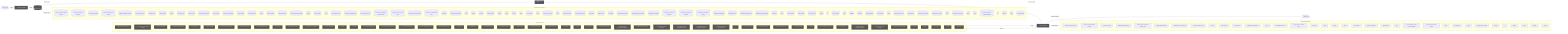
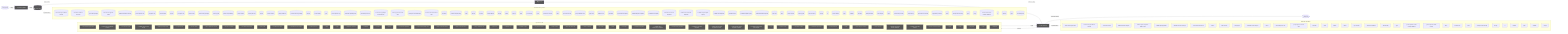
flowchart LR
  UserQ(["👤 User Query"])
  Embed["📐 Embedding Model"]
  VecDB[("📚 Vector Store")]
  Retriever["🔍 Retriever"]
  LLMNode["🧠 LLM / Generator"]
  Output(["✅ Response"])
  UserQ -->|query| Embed
  Embed -->|vector| VecDB
  VecDB -->|top-k chunks| Retriever
  Retriever -->|context + query| LLMNode
  LLMNode -->|generated answer| Output
  subgraph DetectedMemory["Detected memory stores"]
    det_detectedmemory_check_steering_feedback_contract_80134459[("check-steering-feedback-contract")]
    det_detectedmemory_normalize_workflow_contracts_8701f1c8[("normalize-workflow-contracts")]
    det_detectedmemory_sync_codex_preflight_7e7a8dc2[("sync-codex-preflight")]
    det_detectedmemory_test_harness_upgrade_matrix_84113c4e[("test-harness-upgrade-matrix")]
    det_detectedmemory_validate_workflow_contracts_33dc063c[("validate-workflow-contracts")]
    det_detectedmemory_branch_protect_core_a8feb0fd[("branch-protect-core")]
    det_detectedmemory_ci_migrate_core_7005b5af[("ci-migrate-core")]
    det_detectedmemory_context_health_80bb7da9[("context-health")]
    det_detectedmemory_context_ea7792a2[("context")]
    det_detectedmemory_docs_gate_core_eb9b6c18[("docs-gate-core")]
    det_detectedmemory_index_context_de3ed39d[("index-context")]
    det_detectedmemory_local_memory_preflight_dcc36c42[("local-memory-preflight")]
    det_detectedmemory_memory_gate_a577a506[("memory-gate")]
    det_detectedmemory_pattern_scope_siblings_43abe000[("pattern-scope-siblings")]
    det_detectedmemory_review_context_ca6cf81d[("review-context")]
    det_detectedmemory_review_gate_core_4c8001f9[("review-gate-core")]
    det_detectedmemory_search_24193290[("search")]
    det_detectedmemory_session_context_e5ec72c0[("session-context")]
    det_detectedmemory_tooling_audit_core_328d6a41[("tooling-audit-core")]
    det_detectedmemory_run_local_memory_preflight_36e92808[("run-local-memory-preflight")]
    det_detectedmemory_checker_d2d2328e[("checker")]
    det_detectedmemory_context_health_1_ceb11829[("context-health")]
-     det_detectedmemory_types_1_4ecdf56e[("types")]
+     det_detectedmemory_types_2_d9bc6e7a[("types")]
    det_detectedmemory_branch_protect_sync_570adb18[("branch-protect-sync")]
    det_detectedmemory_command_capability_rules_ca3f496a[("command-capability-rules")]
    det_detectedmemory_command_specs_core_1c0ffc99[("command-specs-core")]
    det_detectedmemory_local_memory_preflight_command_spec_9e23f3ce[("local-memory-preflight-command-spec")]
    det_detectedmemory_memory_gate_command_spec_dc9001a9[("memory-gate-command-spec")]
    det_detectedmemory_review_gate_command_spec_3187376a[("review-gate-command-spec")]
    det_detectedmemory_session_context_command_spec_973afbb1[("session-context-command-spec")]
    det_detectedmemory_constants_7517017f[("constants")]
    det_detectedmemory_context_compact_policy_3dcaf95d[("context-compact-policy")]
-     det_detectedmemory_index_1bc04b52[("index")]
+     det_detectedmemory_index_1_faebc14e[("index")]
    det_detectedmemory_indexer_70fa78e5[("indexer")]
    det_detectedmemory_init_error_5c7dd49f[("init-error")]
    det_detectedmemory_lexical_fallback_723e2b3e[("lexical-fallback")]
    det_detectedmemory_ollama_76e3c7bf[("ollama")]
    det_detectedmemory_rollout_a4fa034c[("rollout")]
    det_detectedmemory_sources_878a52fc[("sources")]
    det_detectedmemory_store_824d80d7[("store")]
    det_detectedmemory_sync_contract_c79fa191[("sync-contract")]
-     det_detectedmemory_types_5_f869ec4b[("types")]
+     det_detectedmemory_types_6_1818fb91[("types")]
    det_detectedmemory_harness_run_context_ac7c77a9[("harness-run-context")]
-     det_detectedmemory_index_1_faebc14e[("index")]
+     det_detectedmemory_index_2_10143590[("index")]
    det_detectedmemory_json_schema_core_96d7e328[("json-schema-core")]
    det_detectedmemory_policy_validators_core_714a3fe7[("policy-validators-core")]
    det_detectedmemory_types_core_e405ddca[("types-core")]
    det_detectedmemory_validator_core_4358f8ba[("validator-core")]
    det_detectedmemory_init_modes_c05ceb07[("init-modes")]
    det_detectedmemory_project_brain_templates_7ef51530[("project-brain-templates")]
    det_detectedmemory_scaffold_diagram_templates_dd88e83c[("scaffold-diagram-templates")]
    det_detectedmemory_scaffold_doc_templates_f6152330[("scaffold-doc-templates")]
    det_detectedmemory_scaffold_environment_templates_c1ceba6a[("scaffold-environment-templates")]
    det_detectedmemory_scaffold_root_command_templates_404fed7f[("scaffold-root-command-templates")]
    det_detectedmemory_scaffold_script_template_registry_69312d4e[("scaffold-script-template-registry")]
    det_detectedmemory_scaffold_shell_templates_0ad0f915[("scaffold-shell-templates")]
    det_detectedmemory_scaffold_surfaces_12d6494e[("scaffold-surfaces")]
    det_detectedmemory_scaffold_template_registry_b1cce2aa[("scaffold-template-registry")]
    det_detectedmemory_scaffold_workflow_template_92310587[("scaffold-workflow-template")]
    det_detectedmemory_eval_seed_5699fd3e[("eval-seed")]
-     det_detectedmemory_index_6_fc9e91e2[("index")]
+     det_detectedmemory_index_7_b61a3f30[("index")]
    det_detectedmemory_review_context_1_e3afed15[("review-context")]
    det_detectedmemory_memory_gate_1_265164ac[("memory-gate")]
    det_detectedmemory_branch_enforcer_acb749cd[("branch-enforcer")]
    det_detectedmemory_cli_args_5_09ea29f0[("cli-args")]
    det_detectedmemory_cli_6_eac72be2[("cli")]
    det_detectedmemory_metrics_tracker_98cec29c[("metrics-tracker")]
-     det_detectedmemory_types_15_86775c96[("types")]
+     det_detectedmemory_types_16_0fae1112[("types")]
    det_detectedmemory_validator_4_5180cf23[("validator")]
    det_detectedmemory_classifier_fe1991a9[("classifier")]
    det_detectedmemory_tooling_baseline_50ab2eeb[("tooling-baseline")]
    det_detectedmemory_claim_helpers_20dc8387[("claim-helpers")]
-     det_detectedmemory_types_20_071a0112[("types")]
+     det_detectedmemory_types_21_5756f9dc[("types")]
    det_detectedmemory_local_memory_smoke_1175abfc[("local-memory-smoke")]
    det_detectedmemory_local_memory_0db17ecc[("local-memory")]
    det_detectedmemory_performance_overload_c685bfcf[("performance-overload")]
    det_detectedmemory_suggestion_generator_0956f794[("suggestion-generator")]
-     det_detectedmemory_index_8_6f0f20ec[("index")]
+     det_detectedmemory_index_9_32dd4d91[("index")]
    det_detectedmemory_prompt_context_receipt_17b862b2[("prompt-context-receipt")]
-     det_detectedmemory_types_27_4d134744[("types")]
+     det_detectedmemory_types_28_4476fcc6[("types")]
    det_detectedmemory_policy_1_fc4198db[("policy")]
    det_detectedmemory_runtime_card_codex_runtime_validation_d8ce9934[("runtime-card-codex-runtime-validation")]
    det_detectedmemory_cli_11_338a8415[("cli")]
    det_detectedmemory_collector_0736fd5b[("collector")]
-     det_detectedmemory_types_30_424b976c[("types")]
+     det_detectedmemory_types_31_eb363e20[("types")]
    det_detectedmemory_overload_guard_2748c559[("overload-guard")]
  end
  VecDB -. "implemented by" .-> DetectedMemory
  subgraph DetectedLLM["Detected LLM clients"]
    det_detectedllm_check_codex_agent_roles_5bb2e89b["check-codex-agent-roles"]
    det_detectedllm_check_steering_feedback_contract_80134459["check-steering-feedback-contract"]
    det_detectedllm_run_harness_evals_77704768["run-harness-evals"]
    det_detectedllm_validate_decision_request_2e5c325e["validate-decision-request"]
    det_detectedllm_validate_goal_completion_audit_receipt_100d252c["validate-goal-completion-audit-receipt"]
    det_detectedllm_validate_packaged_skill_5e32c890["validate-packaged-skill"]
    det_detectedllm_validate_reviewer_coverage_251efee3["validate-reviewer-coverage"]
    det_detectedllm_check_environment_core_2c16213f["check-environment-core"]
    det_detectedllm_context_ea7792a2["context"]
    det_detectedllm_index_context_de3ed39d["index-context"]
    det_detectedllm_prompt_gate_c5e9d207["prompt-gate"]
    det_detectedllm_remediate_runner_helpers_929fedcc["remediate-runner-helpers"]
    det_detectedllm_search_24193290["search"]
    det_detectedllm_command_specs_core_1c0ffc99["command-specs-core"]
    det_detectedllm_prompt_gate_command_spec_9a941482["prompt-gate-command-spec"]
    det_detectedllm_constants_7517017f["constants"]
-     det_detectedllm_index_1bc04b52["index"]
+     det_detectedllm_index_1_faebc14e["index"]
    det_detectedllm_indexer_70fa78e5["indexer"]
    det_detectedllm_ollama_76e3c7bf["ollama"]
    det_detectedllm_sync_contract_c79fa191["sync-contract"]
    det_detectedllm_north_star_validators_cfc926ce["north-star-validators"]
    det_detectedllm_hilt_boundary_9b36fb15["hilt-boundary"]
-     det_detectedllm_types_7_2f1ed65e["types"]
+     det_detectedllm_types_8_f6283648["types"]
    det_detectedllm_goal_completion_audit_receipt_validation_9d0f4891["goal-completion-audit-receipt-validation"]
    det_detectedllm_goal_completion_audit_receipt_5e4939c3["goal-completion-audit-receipt"]
-     det_detectedllm_index_2_10143590["index"]
+     det_detectedllm_index_3_7e40d474["index"]
    det_detectedllm_sensitive_text_7c11f760["sensitive-text"]
-     det_detectedllm_index_8_6f0f20ec["index"]
+     det_detectedllm_index_9_32dd4d91["index"]
    det_detectedllm_prompt_context_receipt_17b862b2["prompt-context-receipt"]
    det_detectedllm_cli_args_9_9c136878["cli-args"]
    det_detectedllm_cli_10_35dc8cbd["cli"]
    det_detectedllm_sections_4697ef32["sections"]
-     det_detectedllm_types_23_4352ee2e["types"]
+     det_detectedllm_types_24_c63dc1a7["types"]
    det_detectedllm_validator_6_3688adbf["validator"]
    det_detectedllm_cli_args_10_861cdd3f["cli-args"]
  end
  LLMNode -. "implemented by" .-> DetectedLLM
  subgraph DetectedTools["Agentic tool calls"]
    det_detectedtools_check_codex_agent_roles_5bb2e89b["🔧 check-codex-agent-roles"]
    det_detectedtools_check_steering_feedback_contract_80134459["🔧 check-steering-feedback-contract"]
    det_detectedtools_run_harness_evals_77704768["🔧 run-harness-evals"]
+     det_detectedtools_validate_action_review_receipt_fa2f06c3["🔧 validate-action-review-receipt"]
    det_detectedtools_validate_packaged_skill_5e32c890["🔧 validate-packaged-skill"]
    det_detectedtools_ci_migrate_core_7005b5af["🔧 ci-migrate-core"]
    det_detectedtools_doctor_checks_5a2eb2b9["🔧 doctor-checks"]
    det_detectedtools_doctor_github_tool_checks_a53b0382["🔧 doctor-github-tool-checks"]
    det_detectedtools_doctor_tool_checks_4acac51a["🔧 doctor-tool-checks"]
    det_detectedtools_next_blocked_decisions_4140ad2b["🔧 next-blocked-decisions"]
    det_detectedtools_policy_gate_213f7313["🔧 policy-gate"]
    det_detectedtools_remediate_cli_output_cc165396["🔧 remediate-cli-output"]
    det_detectedtools_remediate_runner_helpers_929fedcc["🔧 remediate-runner-helpers"]
    det_detectedtools_review_gate_core_4c8001f9["🔧 review-gate-core"]
+     det_detectedtools_index_1bc04b52["🔧 index"]
+     det_detectedtools_types_1_4ecdf56e["🔧 types"]
+     det_detectedtools_validation_constants_e002a0f6["🔧 validation-constants"]
+     det_detectedtools_validation_98c41dcd["🔧 validation"]
    det_detectedtools_checker_d2d2328e["🔧 checker"]
    det_detectedtools_cli_args_1_6144b055["🔧 cli-args"]
    det_detectedtools_command_capabilities_a4d5c71e["🔧 command-capabilities"]
    det_detectedtools_command_capability_rules_ca3f496a["🔧 command-capability-rules"]
    det_detectedtools_linear_command_actions_e430f4f4["🔧 linear-command-actions"]
    det_detectedtools_linear_command_runner_4a740dfc["🔧 linear-command-runner"]
    det_detectedtools_policy_validators_core_714a3fe7["🔧 policy-validators-core"]
    det_detectedtools_types_core_e405ddca["🔧 types-core"]
    det_detectedtools_validator_core_4358f8ba["🔧 validator-core"]
    det_detectedtools_validator_helpers_7b927667["🔧 validator-helpers"]
    det_detectedtools_he_phase_exit_core_1148895b["🔧 he-phase-exit-core"]
    det_detectedtools_ralph_runtime_73d63c0e["🔧 ralph-runtime"]
    det_detectedtools_observed_skill_usage_ed7d5930["🔧 observed-skill-usage"]
    det_detectedtools_closure_evidence_aaa31467["🔧 closure-evidence"]
    det_detectedtools_pr_creator_dc6b1ea4["🔧 pr-creator"]
    det_detectedtools_client_948fe603["🔧 client"]
    det_detectedtools_init_output_360dce91["🔧 init-output"]
    det_detectedtools_scaffold_ci_templates_2afd6392["🔧 scaffold-ci-templates"]
    det_detectedtools_scaffold_codex_environment_templates_334fbbed["🔧 scaffold-codex-environment-templates"]
    det_detectedtools_scaffold_config_templates_4b80ce53["🔧 scaffold-config-templates"]
    det_detectedtools_scaffold_environment_templates_c1ceba6a["🔧 scaffold-environment-templates"]
    det_detectedtools_scaffold_github_actions_pr_pipeline_renderer_1ee18de5["🔧 scaffold-github-actions-pr-pipeline-renderer"]
    det_detectedtools_scaffold_github_actions_pr_pipeline_template_e2b85f62["🔧 scaffold-github-actions-pr-pipeline-template"]
    det_detectedtools_scaffold_release_private_npm_template_075499f8["🔧 scaffold-release-private-npm-template"]
    det_detectedtools_cli_6_eac72be2["🔧 cli"]
    det_detectedtools_metrics_tracker_98cec29c["🔧 metrics-tracker"]
    det_detectedtools_normalise_renderer_85f2e563["🔧 normalise-renderer"]
    det_detectedtools_evaluation_engine_core_e054fe49["🔧 evaluation-engine-core"]
    det_detectedtools_tooling_baseline_50ab2eeb["🔧 tooling-baseline"]
-     det_detectedtools_index_9_32dd4d91["🔧 index"]
+     det_detectedtools_index_10_f6785a46["🔧 index"]
    det_detectedtools_review_lifecycle_contract_e5447221["🔧 review-lifecycle-contract"]
    det_detectedtools_review_lifecycle_89afa64c["🔧 review-lifecycle"]
    det_detectedtools_runtime_card_codex_runtime_validation_d8ce9934["🔧 runtime-card-codex-runtime-validation"]
    det_detectedtools_runtime_card_codex_runtime_0655e230["🔧 runtime-card-codex-runtime"]
    det_detectedtools_runtime_evidence_bundle_d471a232["🔧 runtime-evidence-bundle"]
-     det_detectedtools_types_32_bfe791ff["🔧 types"]
-     det_detectedtools_index_12_762ec91b["🔧 index"]
+     det_detectedtools_types_33_16e22a82["🔧 types"]
+     det_detectedtools_index_13_97df39c8["🔧 index"]
    det_detectedtools_projection_1b250ea1["🔧 projection"]
-     det_detectedtools_types_34_85e6a0bb["🔧 types"]
-     det_detectedtools_validation_4_62980ebd["🔧 validation"]
+     det_detectedtools_types_35_93e66c64["🔧 types"]
+     det_detectedtools_validation_5_42b61683["🔧 validation"]
  end
  LLMNode -->|tool use| DetectedTools
  DetectedTools -->|result| LLMNode
  classDef memNode fill:#555,color:#fff
  class VecDB,Retriever memNode
  classDef llmNode fill:#555,color:#fff
  class LLMNode,Embed llmNode
  classDef toolNode fill:#555,color:#fff
-   class det_detectedtools_check_codex_agent_roles_5bb2e89b,det_detectedtools_check_steering_feedback_contract_80134459,det_detectedtools_run_harness_evals_77704768,det_detectedtools_validate_packaged_skill_5e32c890,det_detectedtools_ci_migrate_core_7005b5af,det_detectedtools_doctor_checks_5a2eb2b9,det_detectedtools_doctor_github_tool_checks_a53b0382,det_detectedtools_doctor_tool_checks_4acac51a,det_detectedtools_next_blocked_decisions_4140ad2b,det_detectedtools_policy_gate_213f7313,det_detectedtools_remediate_cli_output_cc165396,det_detectedtools_remediate_runner_helpers_929fedcc,det_detectedtools_review_gate_core_4c8001f9,det_detectedtools_checker_d2d2328e,det_detectedtools_cli_args_1_6144b055,det_detectedtools_command_capabilities_a4d5c71e,det_detectedtools_command_capability_rules_ca3f496a,det_detectedtools_linear_command_actions_e430f4f4,det_detectedtools_linear_command_runner_4a740dfc,det_detectedtools_policy_validators_core_714a3fe7,det_detectedtools_types_core_e405ddca,det_detectedtools_validator_core_4358f8ba,det_detectedtools_validator_helpers_7b927667,det_detectedtools_he_phase_exit_core_1148895b,det_detectedtools_ralph_runtime_73d63c0e,det_detectedtools_observed_skill_usage_ed7d5930,det_detectedtools_closure_evidence_aaa31467,det_detectedtools_pr_creator_dc6b1ea4,det_detectedtools_client_948fe603,det_detectedtools_init_output_360dce91,det_detectedtools_scaffold_ci_templates_2afd6392,det_detectedtools_scaffold_codex_environment_templates_334fbbed,det_detectedtools_scaffold_config_templates_4b80ce53,det_detectedtools_scaffold_environment_templates_c1ceba6a,det_detectedtools_scaffold_github_actions_pr_pipeline_renderer_1ee18de5,det_detectedtools_scaffold_github_actions_pr_pipeline_template_e2b85f62,det_detectedtools_scaffold_release_private_npm_template_075499f8,det_detectedtools_cli_6_eac72be2,det_detectedtools_metrics_tracker_98cec29c,det_detectedtools_normalise_renderer_85f2e563,det_detectedtools_evaluation_engine_core_e054fe49,det_detectedtools_tooling_baseline_50ab2eeb,det_detectedtools_index_9_32dd4d91,det_detectedtools_review_lifecycle_contract_e5447221,det_detectedtools_review_lifecycle_89afa64c,det_detectedtools_runtime_card_codex_runtime_validation_d8ce9934,det_detectedtools_runtime_card_codex_runtime_0655e230,det_detectedtools_runtime_evidence_bundle_d471a232,det_detectedtools_types_32_bfe791ff,det_detectedtools_index_12_762ec91b,det_detectedtools_projection_1b250ea1,det_detectedtools_types_34_85e6a0bb,det_detectedtools_validation_4_62980ebd toolNode
+   class det_detectedtools_check_codex_agent_roles_5bb2e89b,det_detectedtools_check_steering_feedback_contract_80134459,det_detectedtools_run_harness_evals_77704768,det_detectedtools_validate_action_review_receipt_fa2f06c3,det_detectedtools_validate_packaged_skill_5e32c890,det_detectedtools_ci_migrate_core_7005b5af,det_detectedtools_doctor_checks_5a2eb2b9,det_detectedtools_doctor_github_tool_checks_a53b0382,det_detectedtools_doctor_tool_checks_4acac51a,det_detectedtools_next_blocked_decisions_4140ad2b,det_detectedtools_policy_gate_213f7313,det_detectedtools_remediate_cli_output_cc165396,det_detectedtools_remediate_runner_helpers_929fedcc,det_detectedtools_review_gate_core_4c8001f9,det_detectedtools_index_1bc04b52,det_detectedtools_types_1_4ecdf56e,det_detectedtools_validation_constants_e002a0f6,det_detectedtools_validation_98c41dcd,det_detectedtools_checker_d2d2328e,det_detectedtools_cli_args_1_6144b055,det_detectedtools_command_capabilities_a4d5c71e,det_detectedtools_command_capability_rules_ca3f496a,det_detectedtools_linear_command_actions_e430f4f4,det_detectedtools_linear_command_runner_4a740dfc,det_detectedtools_policy_validators_core_714a3fe7,det_detectedtools_types_core_e405ddca,det_detectedtools_validator_core_4358f8ba,det_detectedtools_validator_helpers_7b927667,det_detectedtools_he_phase_exit_core_1148895b,det_detectedtools_ralph_runtime_73d63c0e,det_detectedtools_observed_skill_usage_ed7d5930,det_detectedtools_closure_evidence_aaa31467,det_detectedtools_pr_creator_dc6b1ea4,det_detectedtools_client_948fe603,det_detectedtools_init_output_360dce91,det_detectedtools_scaffold_ci_templates_2afd6392,det_detectedtools_scaffold_codex_environment_templates_334fbbed,det_detectedtools_scaffold_config_templates_4b80ce53,det_detectedtools_scaffold_environment_templates_c1ceba6a,det_detectedtools_scaffold_github_actions_pr_pipeline_renderer_1ee18de5,det_detectedtools_scaffold_github_actions_pr_pipeline_template_e2b85f62,det_detectedtools_scaffold_release_private_npm_template_075499f8,det_detectedtools_cli_6_eac72be2,det_detectedtools_metrics_tracker_98cec29c,det_detectedtools_normalise_renderer_85f2e563,det_detectedtools_evaluation_engine_core_e054fe49,det_detectedtools_tooling_baseline_50ab2eeb,det_detectedtools_index_10_f6785a46,det_detectedtools_review_lifecycle_contract_e5447221,det_detectedtools_review_lifecycle_89afa64c,det_detectedtools_runtime_card_codex_runtime_validation_d8ce9934,det_detectedtools_runtime_card_codex_runtime_0655e230,det_detectedtools_runtime_evidence_bundle_d471a232,det_detectedtools_types_33_16e22a82,det_detectedtools_index_13_97df39c8,det_detectedtools_projection_1b250ea1,det_detectedtools_types_35_93e66c64,det_detectedtools_validation_5_42b61683 toolNode
